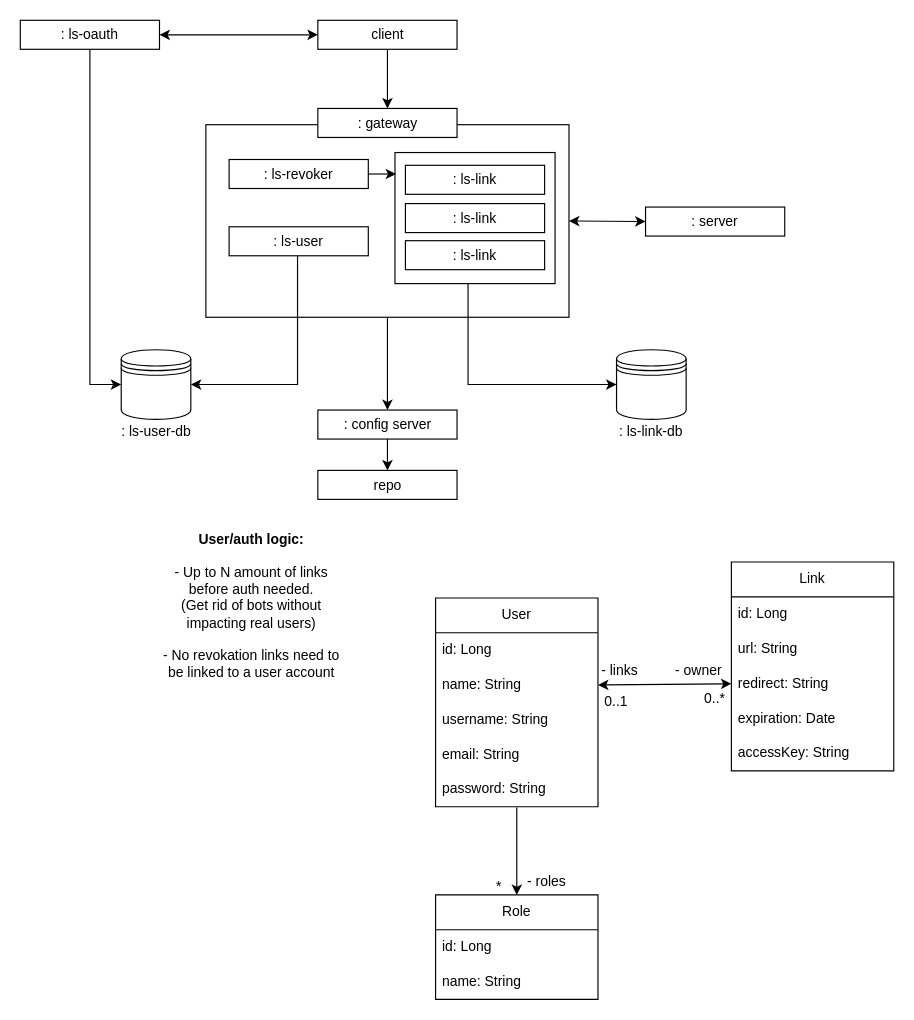
Above: page "domain_model" (1 of 2) of idea/idea.drawio in liamarguedas/pa-link-shortener (draw.io), before the change. Source tidied: cells renumbered, new cells numbered last; positions are measured from the earlier drawing's top-left corner, leaving out a move shared by most shapes. Both pictures are drawn from the tidied source at 116%, with x=0, y=0 at pixel (20, 20).
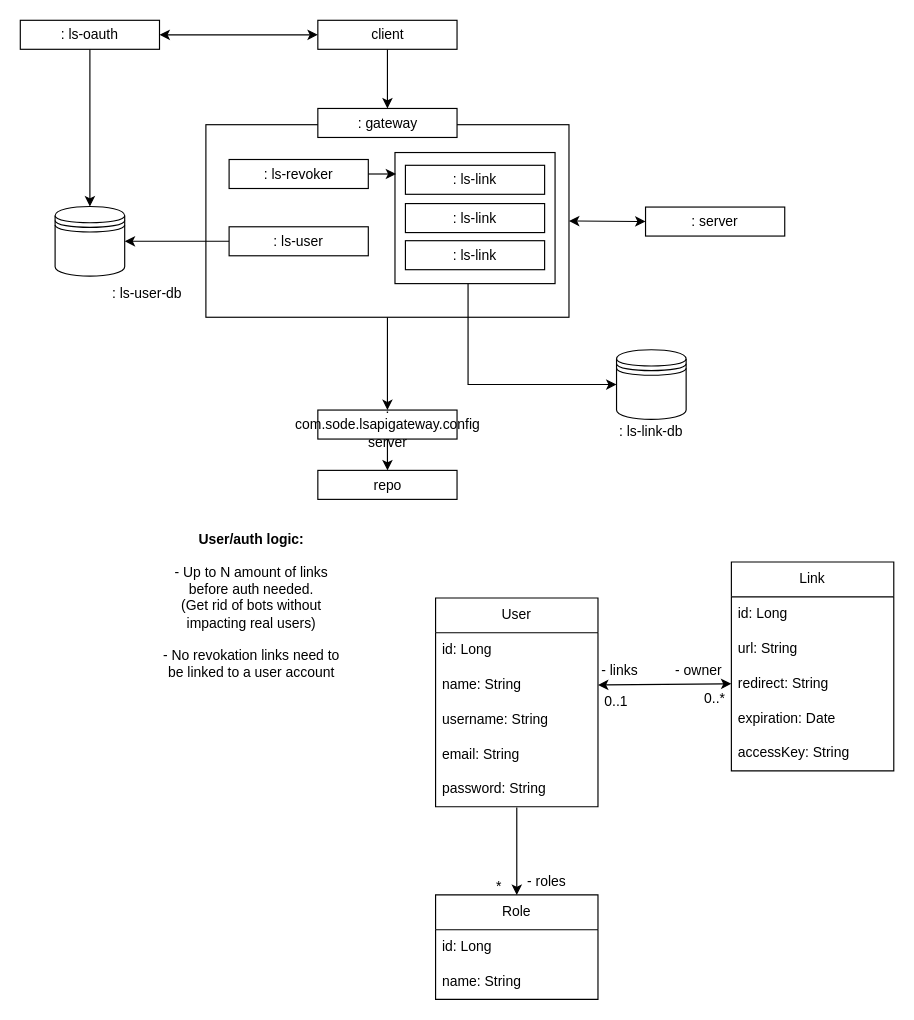
The same diagram, later.

Unchanged cells that the change refers to:
```xml
<mxCell id="8" value=": ls-oauth" style="rounded=0;whiteSpace=wrap;html=1;" parent="1" vertex="1">
  <mxGeometry width="120" height="25" as="geometry" />
</mxCell>
<mxCell id="10" value=": ls-user" style="rounded=0;whiteSpace=wrap;html=1;" parent="1" vertex="1">
  <mxGeometry x="180" y="178" width="120" height="25" as="geometry" />
</mxCell>
```

Change to the diagram source:
```diff
@@
-    <mxCell id="7" style="edgeStyle=orthogonalEdgeStyle;rounded=0;jettySize=auto;html=1;exitX=0.5;exitY=1;exitDx=0;exitDy=0;entryX=0;entryY=0.5;entryDx=0;entryDy=0;" parent="1" edge="1" source="8" target="16">
+    <mxCell id="7" style="edgeStyle=orthogonalEdgeStyle;rounded=0;jettySize=auto;html=1;entryX=0.5;entryY=0;entryDx=0;entryDy=0;" parent="1" edge="1" source="8" target="16">
       <mxGeometry relative="1" as="geometry" />
     </mxCell>
@@
     <mxCell id="9" style="edgeStyle=orthogonalEdgeStyle;rounded=0;jettySize=auto;html=1;entryX=1;entryY=0.5;entryDx=0;entryDy=0;" parent="1" edge="1" source="10" target="16">
-      <mxGeometry relative="1" as="geometry">
-        <Array as="points">
-          <mxPoint x="239" y="314" />
-        </Array>
-      </mxGeometry>
+      <mxGeometry relative="1" as="geometry" />
     </mxCell>
@@
     <mxCell id="16" style="shape=datastore;whiteSpace=wrap;html=1;" parent="1" vertex="1">
-      <mxGeometry x="87" y="284" width="60" height="60" as="geometry" />
+      <mxGeometry x="30" y="160.5" width="60" height="60" as="geometry" />
     </mxCell>
@@
-    <mxCell id="18" value=": config server" style="rounded=0;whiteSpace=wrap;html=1;" parent="1" vertex="1">
+    <mxCell id="18" value=": com.sode.lsapigateway.config server" style="rounded=0;whiteSpace=wrap;html=1;" parent="1" vertex="1">
       <mxGeometry x="256.5" y="336" width="120" height="25" as="geometry" />
     </mxCell>
@@
     <mxCell id="49" value=": ls-user-db" style="text;html=1;align=center;verticalAlign=middle;whiteSpace=wrap;rounded=0;" parent="1" vertex="1">
-      <mxGeometry x="79.5" y="340" width="75" height="30" as="geometry" />
+      <mxGeometry x="72" y="220.5" width="75" height="30" as="geometry" />
     </mxCell>
```
